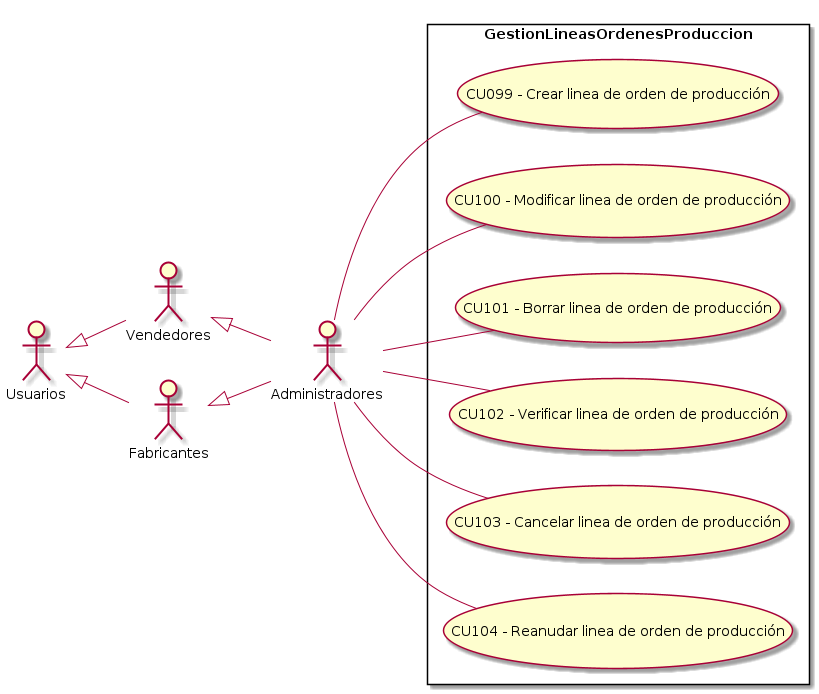
Above: Informe Final/Imagenes/ModeladoDeCasosDeUso/DiagramaDeCasosDeUso/GestionLineasOrdenesProduccion.png in ZMGestion/DocumentacionZMGestion (PlantUML), before the change.
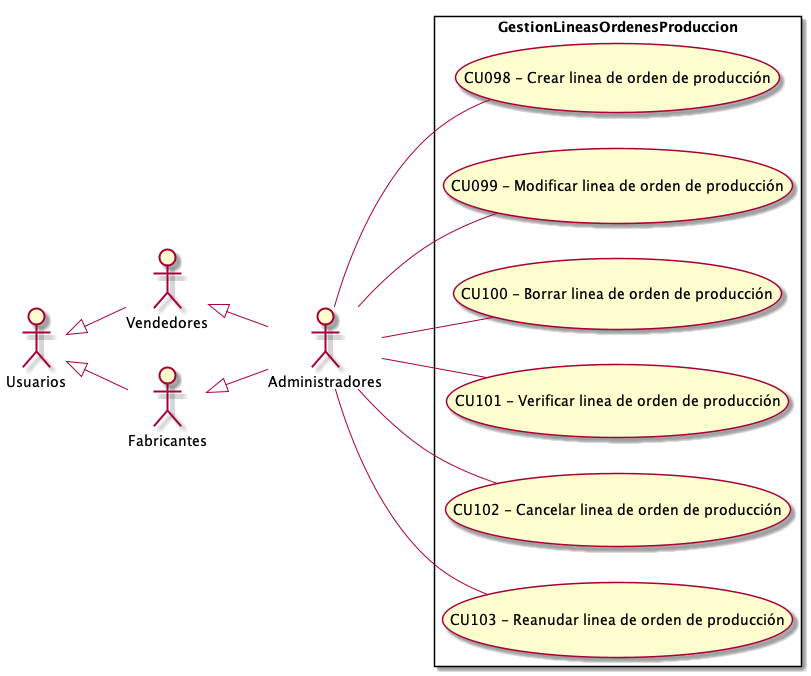
After the change.

Diff of the diagram source:
```diff
@@ -13,12 +13,12 @@
  left to right direction
 
 rectangle GestionLineasOrdenesProduccion{
-    UseCase "CU099 - Crear linea de orden de producción" as C
-    UseCase "CU100 - Modificar linea de orden de producción" as M
-    UseCase "CU101 - Borrar linea de orden de producción" as B
-    UseCase "CU102 - Verificar linea de orden de producción" as Verificar
-    UseCase "CU103 - Cancelar linea de orden de producción" as Cancelar
-    UseCase "CU104 - Reanudar linea de orden de producción" as Reanudar
+    UseCase "CU098 - Crear linea de orden de producción" as C
+    UseCase "CU099 - Modificar linea de orden de producción" as M
+    UseCase "CU100 - Borrar linea de orden de producción" as B
+    UseCase "CU101 - Verificar linea de orden de producción" as Verificar
+    UseCase "CU102 - Cancelar linea de orden de producción" as Cancelar
+    UseCase "CU103 - Reanudar linea de orden de producción" as Reanudar
 }
     Administradores -- C
     Administradores -- Verificar
```
